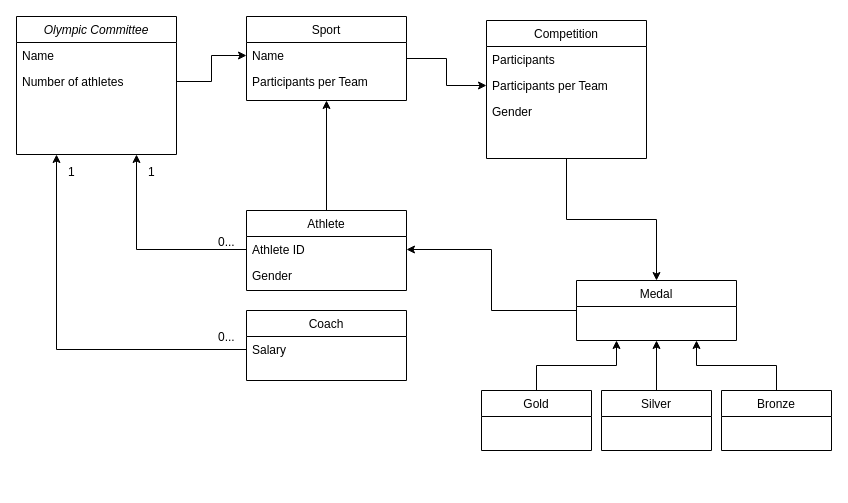
Earlier version of the draw.io diagram JogosOlimpicos2020.drawio (Malva2312/Base-de-Dados-2021-2022). Source tidied: cells renumbered, new cells numbered last; positions are measured from the earlier drawing's top-left corner, leaving out a move shared by most shapes. Both pictures are drawn from the tidied source at 100%, with x=0, y=0 at pixel (16, 16).
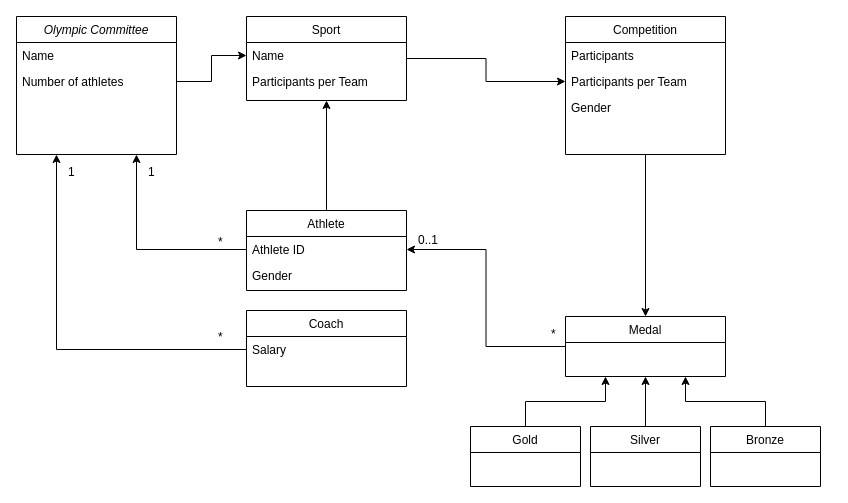
The same page after the edit.

The edit, as a diff of the source:
```diff
@@
     <mxCell id="6" value="Competition" style="swimlane;fontStyle=0;align=center;verticalAlign=top;horizontal=1;startSize=26;rounded=0;shadow=0;strokeWidth=1;" parent="1" vertex="1">
-      <mxGeometry x="470" y="4" width="160" height="138" as="geometry" />
+      <mxGeometry x="549" width="160" height="138" as="geometry" />
     </mxCell>
@@
-    <mxCell id="20" value="0..." style="align=left;verticalAlign=bottom;labelBackgroundColor=none;fontSize=12;" parent="1" vertex="1">
+    <mxCell id="20" value="*" style="align=left;verticalAlign=bottom;labelBackgroundColor=none;fontSize=12;" parent="1" vertex="1">
       <mxGeometry x="200" y="234" as="geometry" />
     </mxCell>
@@
     <mxCell id="22" value="Coach" style="swimlane;fontStyle=0;align=center;verticalAlign=top;horizontal=1;startSize=26;rounded=0;shadow=0;strokeWidth=1;" parent="1" vertex="1">
-      <mxGeometry x="230" y="294" width="160" height="70" as="geometry" />
+      <mxGeometry x="230" y="294" width="160" height="76" as="geometry" />
     </mxCell>
@@
     <mxCell id="25" value="Medal" style="swimlane;fontStyle=0;align=center;verticalAlign=top;horizontal=1;startSize=26;rounded=0;shadow=0;strokeWidth=1;" parent="1" vertex="1">
-      <mxGeometry x="560" y="264" width="160" height="60" as="geometry" />
+      <mxGeometry x="549" y="300" width="160" height="60" as="geometry" />
     </mxCell>
@@
-    <mxCell id="27" value="0..." style="align=left;verticalAlign=bottom;labelBackgroundColor=none;fontSize=12;" parent="1" vertex="1">
+    <mxCell id="27" value="*" style="align=left;verticalAlign=bottom;labelBackgroundColor=none;fontSize=12;" parent="1" vertex="1">
       <mxGeometry x="200" y="329" as="geometry" />
     </mxCell>
@@
     <mxCell id="29" value="Silver" style="swimlane;fontStyle=0;align=center;verticalAlign=top;horizontal=1;startSize=26;rounded=0;shadow=0;strokeWidth=1;" parent="1" vertex="1">
-      <mxGeometry x="585" y="374" width="110" height="60" as="geometry" />
+      <mxGeometry x="574" y="410" width="110" height="60" as="geometry" />
     </mxCell>
@@
     <mxCell id="31" value="Gold" style="swimlane;fontStyle=0;align=center;verticalAlign=top;horizontal=1;startSize=26;rounded=0;shadow=0;strokeWidth=1;" parent="1" vertex="1">
-      <mxGeometry x="465" y="374" width="110" height="60" as="geometry" />
+      <mxGeometry x="454" y="410" width="110" height="60" as="geometry" />
     </mxCell>
@@
     <mxCell id="33" value="Bronze" style="swimlane;fontStyle=0;align=center;verticalAlign=top;horizontal=1;startSize=26;rounded=0;shadow=0;strokeWidth=1;" parent="1" vertex="1">
-      <mxGeometry x="705" y="374" width="110" height="60" as="geometry" />
+      <mxGeometry x="694" y="410" width="110" height="60" as="geometry" />
     </mxCell>
@@
+    <mxCell id="35" value="0..1" style="align=left;verticalAlign=bottom;labelBackgroundColor=none;fontSize=12;" parent="1" vertex="1">
+      <mxGeometry x="140" y="180" as="geometry">
+        <mxPoint x="260" y="52" as="offset" />
+      </mxGeometry>
+    </mxCell>
+    <mxCell id="36" value="*" style="align=left;verticalAlign=bottom;labelBackgroundColor=none;fontSize=12;" parent="1" vertex="1">
+      <mxGeometry x="533" y="326" as="geometry" />
+    </mxCell>
```
